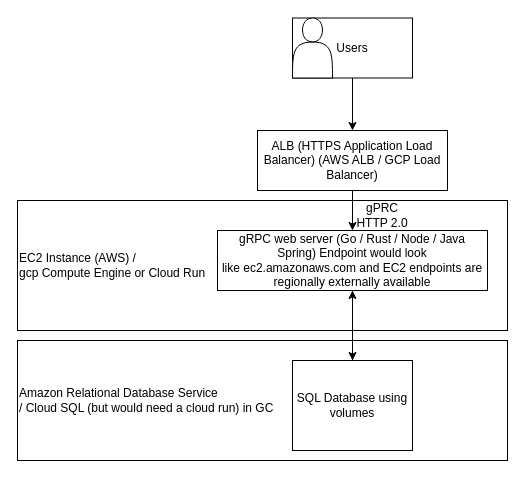
Earlier version of the draw.io diagram task-1/Simple gRPC.drawio (plasticglasses/AssetCool). Source tidied: cells renumbered, new cells numbered last; positions are measured from the earlier drawing's top-left corner, leaving out a move shared by most shapes. Both pictures are drawn from the tidied source at 100%, with x=0, y=0 at pixel (17, 18).
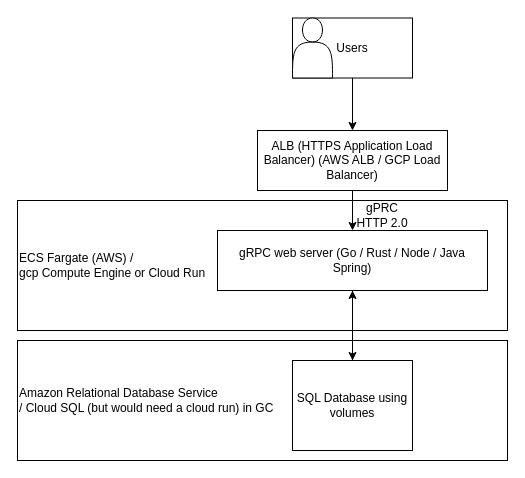
The same diagram, later.

Diff of the diagram source:
```diff
@@
 <mxGraphModel>
   <root>
     <mxCell id="0" />
     <mxCell id="1" parent="0" />
-    <mxCell id="2" value="&lt;div align=&quot;left&quot;&gt;EC2 Instance (AWS) /&amp;nbsp;&lt;/div&gt;&lt;div align=&quot;left&quot;&gt;gcp Compute Engine or Cloud Run&lt;/div&gt;" style="rounded=0;whiteSpace=wrap;html=1;fillColor=none;align=left;" parent="1" vertex="1">
+    <mxCell id="2" value="&lt;div align=&quot;left&quot;&gt;ECS Fargate (AWS) /&amp;nbsp;&lt;/div&gt;&lt;div align=&quot;left&quot;&gt;gcp Compute Engine or Cloud Run&lt;/div&gt;" style="rounded=0;whiteSpace=wrap;html=1;fillColor=none;align=left;" parent="1" vertex="1">
       <mxGeometry y="182" width="490" height="130" as="geometry" />
     </mxCell>
     <mxCell id="3" style="edgeStyle=orthogonalEdgeStyle;rounded=0;jettySize=auto;html=1;entryX=0.5;entryY=0;entryDx=0;entryDy=0;" parent="1" edge="1" source="4" target="10">
       <mxGeometry relative="1" as="geometry" />
     </mxCell>
     <mxCell id="4" value="Users" style="rounded=0;whiteSpace=wrap;html=1;" parent="1" vertex="1">
       <mxGeometry x="275" y="-0.5" width="120" height="60" as="geometry" />
     </mxCell>
     <mxCell id="5" style="edgeStyle=orthogonalEdgeStyle;rounded=0;jettySize=auto;html=1;entryX=0.5;entryY=0;entryDx=0;entryDy=0;" parent="1" edge="1" source="6" target="8">
       <mxGeometry relative="1" as="geometry" />
     </mxCell>
-    <mxCell id="6" value="gRPC web server (Go / Rust / Node / Java Spring) Endpoint would look like&amp;nbsp;ec2.amazonaws.com and EC2 endpoints are regionally externally available" style="rounded=0;whiteSpace=wrap;html=1;" parent="1" vertex="1">
+    <mxCell id="6" value="gRPC web server (Go / Rust / Node / Java Spring)" style="rounded=0;whiteSpace=wrap;html=1;" parent="1" vertex="1">
       <mxGeometry x="200" y="212" width="270" height="60" as="geometry" />
     </mxCell>
     <mxCell id="7" style="edgeStyle=orthogonalEdgeStyle;rounded=0;jettySize=auto;html=1;exitX=0.5;exitY=0;exitDx=0;exitDy=0;entryX=0.5;entryY=1;entryDx=0;entryDy=0;" parent="1" edge="1" source="8" target="6">
       <mxGeometry relative="1" as="geometry" />
     </mxCell>
     <mxCell id="8" value="SQL Database using volumes" style="rounded=0;whiteSpace=wrap;html=1;" parent="1" vertex="1">
       <mxGeometry x="275" y="342" width="120" height="90" as="geometry" />
     </mxCell>
     <mxCell id="9" style="edgeStyle=orthogonalEdgeStyle;rounded=0;jettySize=auto;html=1;" parent="1" edge="1" source="10" target="6">
       <mxGeometry relative="1" as="geometry" />
     </mxCell>
     <mxCell id="10" value="ALB (HTTPS Application Load Balancer)&amp;nbsp;(AWS ALB / GCP Load Balancer)" style="rounded=0;whiteSpace=wrap;html=1;" parent="1" vertex="1">
       <mxGeometry x="240" y="112" width="190" height="60" as="geometry" />
     </mxCell>
     <mxCell id="11" value="gPRC HTTP 2.0" style="text;html=1;align=center;verticalAlign=middle;whiteSpace=wrap;rounded=0;" parent="1" vertex="1">
       <mxGeometry x="335" y="182" width="60" height="30" as="geometry" />
     </mxCell>
     <mxCell id="12" style="shape=actor;whiteSpace=wrap;html=1;" parent="1" vertex="1">
       <mxGeometry x="275" y="-0.5" width="40" height="60" as="geometry" />
     </mxCell>
     <mxCell id="13" value="&lt;div&gt;&lt;span&gt;Amazon Relational Database Service&amp;nbsp;&lt;/span&gt;&lt;/div&gt;&lt;div&gt;&lt;span&gt;/ Cloud SQL (but would need a cloud run) in GC&amp;nbsp;&lt;/span&gt;&lt;/div&gt;" style="rounded=0;whiteSpace=wrap;html=1;fillColor=none;align=left;" parent="1" vertex="1">
       <mxGeometry y="322" width="490" height="120" as="geometry" />
     </mxCell>
   </root>
 </mxGraphModel>
```
